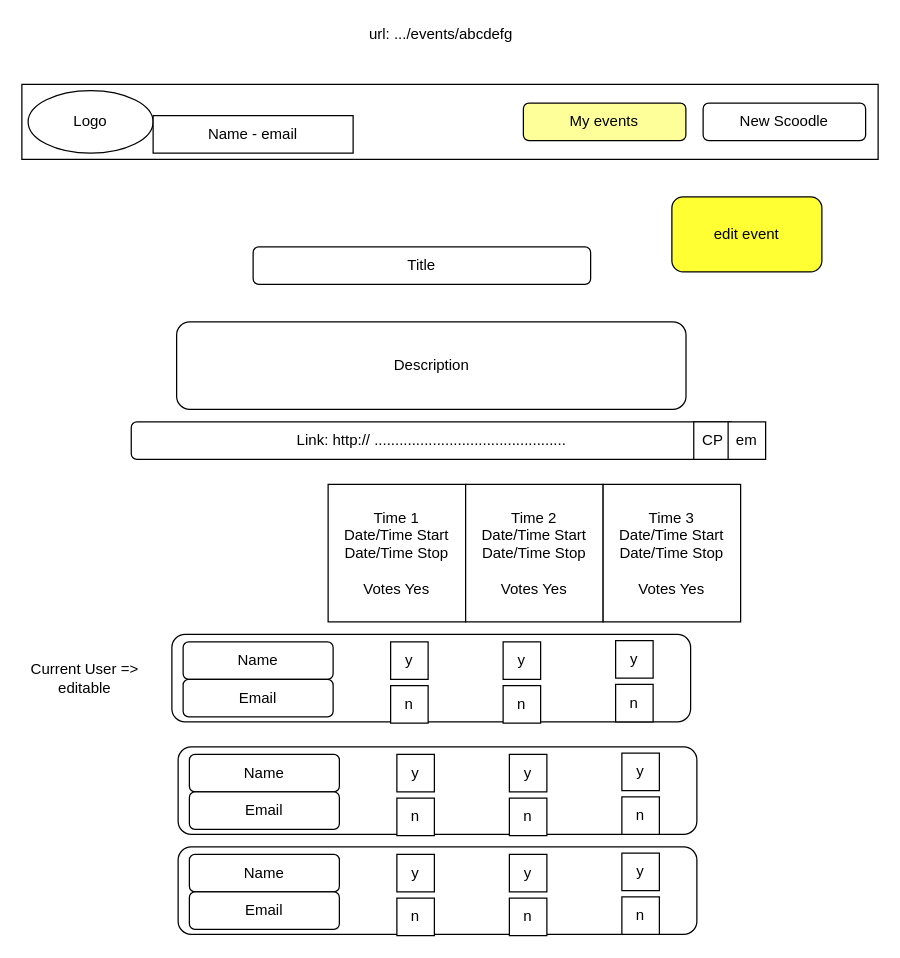
Before: page "Voting Page" (2 of 3) of docs/planning/Scoodle_Wireframe.drawio in jeff-sexton/schoodle, a draw.io diagram. Source tidied: cells renumbered, new cells numbered last; positions are measured from the earlier drawing's top-left corner, leaving out a move shared by most shapes. Both pictures are drawn from the tidied source at 125%, with x=0, y=0 at pixel (21, 21).
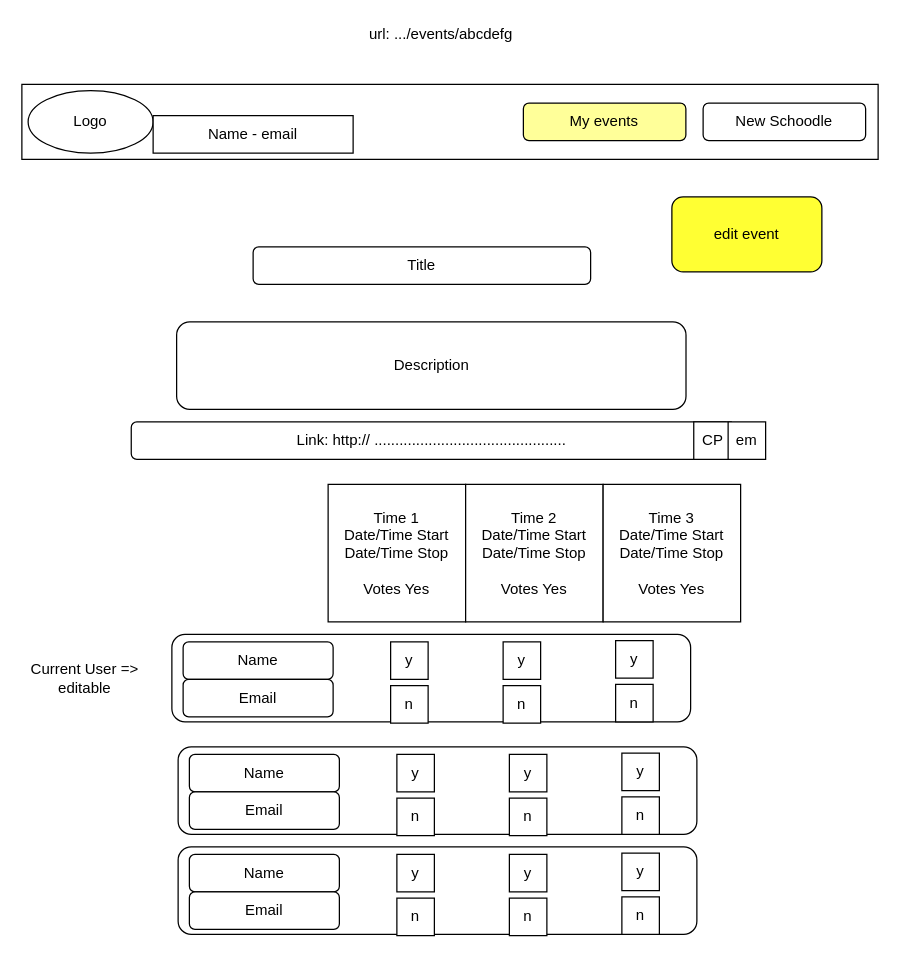
After the change.

Change to the diagram source:
```diff
@@
-    <mxCell id="41" value="New Scoodle" style="rounded=1;whiteSpace=wrap;html=1;" parent="1" vertex="1">
+    <mxCell id="41" value="New Schoodle" style="rounded=1;whiteSpace=wrap;html=1;" parent="1" vertex="1">
       <mxGeometry x="545" y="65" width="130" height="30" as="geometry" />
     </mxCell>
```
